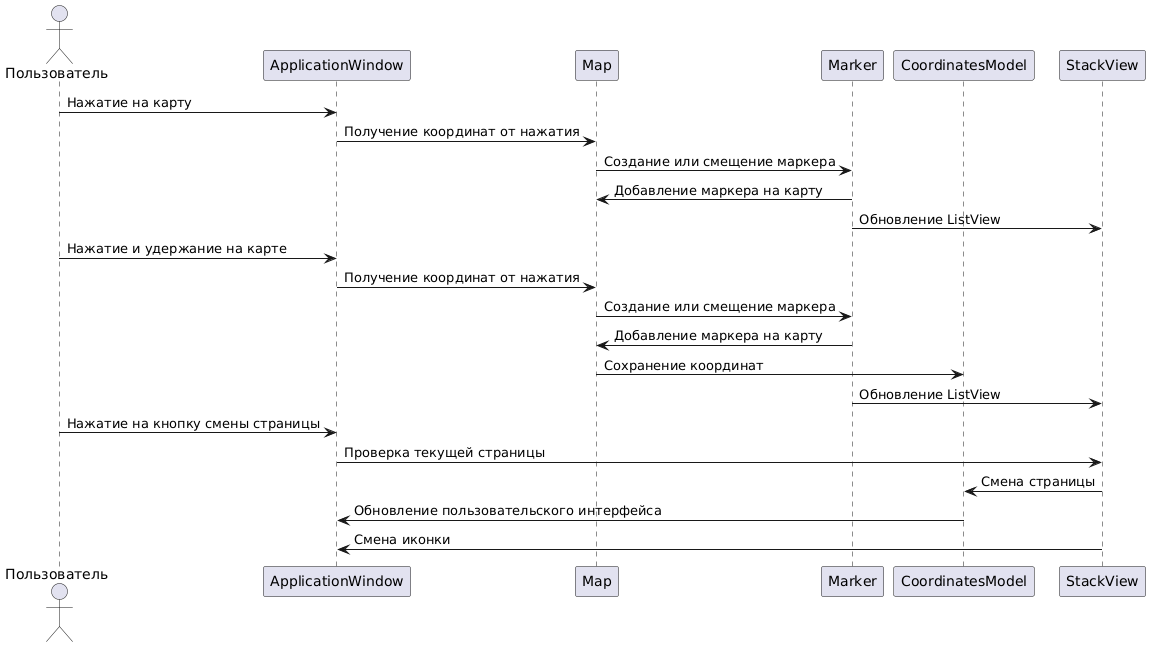
The PlantUML diagram diagrams/lab3.png in cyhed/Qt-Quick, before a commit.
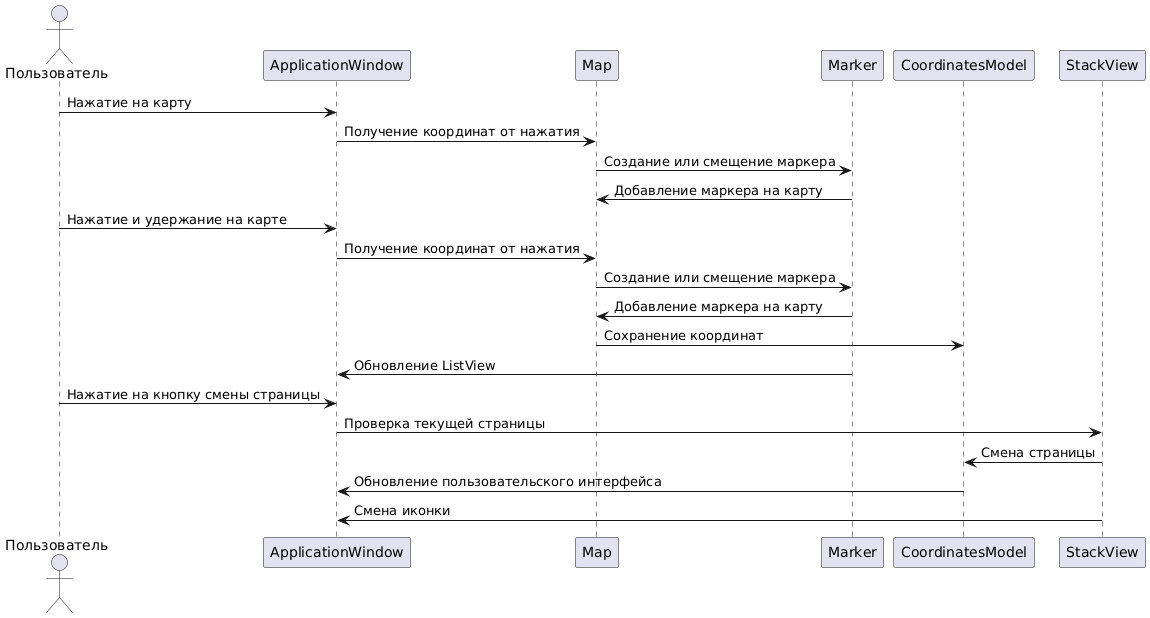
After the commit.

Commit message:
lab3 diagram update

What changed in the source:
```diff
@@ -11,14 +11,13 @@
 ApplicationWindow-> Map: Получение координат от нажатия
 Map-> Marker: Создание или смещение маркера
 Marker-> Map: Добавление маркера на карту
-Marker-> StackView: Обновление ListView
 
 user -> ApplicationWindow: Нажатие и удержание на карте
 ApplicationWindow-> Map: Получение координат от нажатия
 Map-> Marker: Создание или смещение маркера
 Marker-> Map: Добавление маркера на карту
 Map-> CoordinatesModel: Сохранение координат
-Marker-> StackView: Обновление ListView
+Marker-> ApplicationWindow: Обновление ListView
 
 user -> ApplicationWindow: Нажатие на кнопку смены страницы
 ApplicationWindow-> StackView:  Проверка текущей страницы
```
